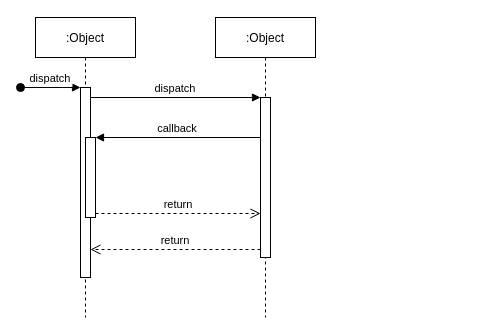
This is Auth.drawio from albertoml/code-test, a draw.io file, before an edit. Source tidied: cells renumbered, new cells numbered last; positions are measured from the earlier drawing's top-left corner, leaving out a move shared by most shapes. Both pictures are drawn from the tidied source at 100%, with x=0, y=0 at pixel (20, 17).
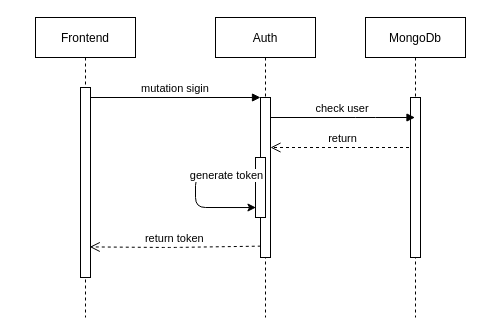
After the change.

The change refers to these unchanged cells:
```xml
<mxCell id="3" style="points=[];perimeter=orthogonalPerimeter;rounded=0;shadow=0;strokeWidth=1;" parent="2" vertex="1">
  <mxGeometry x="45" y="70" width="10" height="190" as="geometry" />
</mxCell>
<mxCell id="7" style="points=[];perimeter=orthogonalPerimeter;rounded=0;shadow=0;strokeWidth=1;" parent="6" vertex="1">
  <mxGeometry x="45" y="80" width="10" height="160" as="geometry" />
</mxCell>
```

Diff of the diagram source:
```diff
@@
-    <mxCell id="2" value=":Object" style="shape=umlLifeline;perimeter=lifelinePerimeter;rounded=0;shadow=0;strokeWidth=1;" parent="1" vertex="1">
+    <mxCell id="2" value="Frontend" style="shape=umlLifeline;perimeter=lifelinePerimeter;rounded=0;shadow=0;strokeWidth=1;" parent="1" vertex="1">
       <mxGeometry x="15" width="100" height="300" as="geometry" />
     </mxCell>
@@
-    <mxCell id="4" value="dispatch" style="verticalAlign=bottom;startArrow=oval;endArrow=block;startSize=8;shadow=0;strokeWidth=1;" parent="2" edge="1" target="3">
-      <mxGeometry relative="1" as="geometry">
-        <mxPoint x="-15" y="70" as="sourcePoint" />
-      </mxGeometry>
-    </mxCell>
-    <mxCell id="5" style="points=[];perimeter=orthogonalPerimeter;rounded=0;shadow=0;strokeWidth=1;" parent="2" vertex="1">
-      <mxGeometry x="50" y="120" width="10" height="80" as="geometry" />
-    </mxCell>
-    <mxCell id="6" value=":Object" style="shape=umlLifeline;perimeter=lifelinePerimeter;rounded=0;shadow=0;strokeWidth=1;" parent="1" vertex="1">
+    <mxCell id="6" value="Auth" style="shape=umlLifeline;perimeter=lifelinePerimeter;rounded=0;shadow=0;strokeWidth=1;" parent="1" vertex="1">
       <mxGeometry x="195" width="100" height="300" as="geometry" />
     </mxCell>
@@
-    <mxCell id="8" value="return" style="verticalAlign=bottom;endArrow=open;dashed=1;endSize=8;exitX=0;exitY=0.95;shadow=0;strokeWidth=1;" parent="1" edge="1" source="7" target="3">
-      <mxGeometry relative="1" as="geometry" />
+    <mxCell id="8" value="return" style="verticalAlign=bottom;endArrow=open;dashed=1;endSize=8;shadow=0;strokeWidth=1;" parent="1" edge="1" source="12" target="7">
+      <mxGeometry relative="1" as="geometry">
+        <Array as="points">
+          <mxPoint x="315" y="130" />
+        </Array>
+      </mxGeometry>
     </mxCell>
-    <mxCell id="9" value="dispatch" style="verticalAlign=bottom;endArrow=block;entryX=0;entryY=0;shadow=0;strokeWidth=1;" parent="1" edge="1" source="3" target="7">
+    <mxCell id="9" value="mutation sigin" style="verticalAlign=bottom;endArrow=block;entryX=0;entryY=0;shadow=0;strokeWidth=1;" parent="1" edge="1" source="3" target="7">
       <mxGeometry relative="1" as="geometry" />
     </mxCell>
-    <mxCell id="10" value="callback" style="verticalAlign=bottom;endArrow=block;entryX=1;entryY=0;shadow=0;strokeWidth=1;" parent="1" edge="1" source="7" target="5">
-      <mxGeometry relative="1" as="geometry" />
-    </mxCell>
-    <mxCell id="11" value="return" style="verticalAlign=bottom;endArrow=open;dashed=1;endSize=8;exitX=1;exitY=0.95;shadow=0;strokeWidth=1;" parent="1" edge="1" source="5" target="7">
-      <mxGeometry relative="1" as="geometry" />
-    </mxCell>
+    <mxCell id="12" value="MongoDb" style="shape=umlLifeline;perimeter=lifelinePerimeter;rounded=0;shadow=0;strokeWidth=1;" parent="1" vertex="1">
+      <mxGeometry x="345" width="100" height="300" as="geometry" />
+    </mxCell>
+    <mxCell id="13" style="perimeter=orthogonalPerimeter;rounded=0;shadow=0;strokeWidth=1;" parent="12" vertex="1">
+      <mxGeometry x="45" y="80" width="10" height="160" as="geometry" />
+    </mxCell>
+    <mxCell id="14" value="check user" style="verticalAlign=bottom;endArrow=block;shadow=0;strokeWidth=1;" parent="1" edge="1" source="7" target="12">
+      <mxGeometry relative="1" as="geometry">
+        <Array as="points">
+          <mxPoint x="345" y="100" />
+        </Array>
+      </mxGeometry>
+    </mxCell>
+    <mxCell id="15" style="points=[];perimeter=orthogonalPerimeter;rounded=0;shadow=0;strokeWidth=1;" parent="1" vertex="1">
+      <mxGeometry x="235" y="140" width="10" height="60" as="geometry" />
+    </mxCell>
+    <mxCell id="16" style="endArrow=classic;html=1;entryX=0.045;entryY=0.834;entryDx=0;entryDy=0;entryPerimeter=0;" parent="1" edge="1" source="15" target="15">
+      <mxGeometry relative="1" as="geometry">
+        <Array as="points">
+          <mxPoint x="175" y="158" />
+          <mxPoint x="175" y="190" />
+        </Array>
+      </mxGeometry>
+    </mxCell>
+    <mxCell id="17" value="generate token" style="edgeLabel;html=1;align=center;verticalAlign=middle;" parent="16" vertex="1">
+      <mxGeometry x="-0.6" y="-1" relative="1" as="geometry" />
+    </mxCell>
+    <mxCell id="18" value="return token" style="verticalAlign=bottom;endArrow=open;dashed=1;endSize=8;shadow=0;strokeWidth=1;exitX=0.028;exitY=0.929;exitDx=0;exitDy=0;exitPerimeter=0;entryX=0.924;entryY=0.839;entryDx=0;entryDy=0;entryPerimeter=0;" parent="1" edge="1" source="7" target="3">
+      <mxGeometry relative="1" as="geometry">
+        <Array as="points">
+          <mxPoint x="150" y="230" />
+        </Array>
+      </mxGeometry>
+    </mxCell>
```
